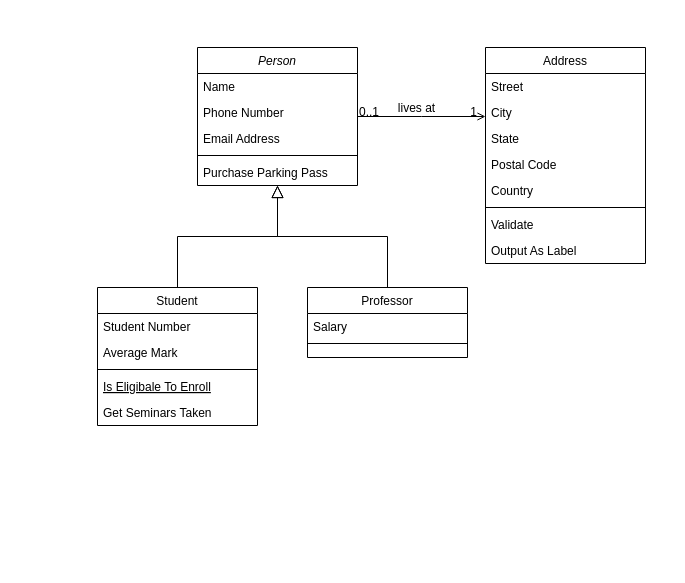
The draw.io diagram DIAGRAMS/Class Diagram Project 2.drawio in fabnight/Oc_projet2, before the edit. Source tidied: cells renumbered, new cells numbered last; positions are measured from the earlier drawing's top-left corner, leaving out a move shared by most shapes. Both pictures are drawn from the tidied source at 100%, with x=0, y=0 at pixel (97, 47).
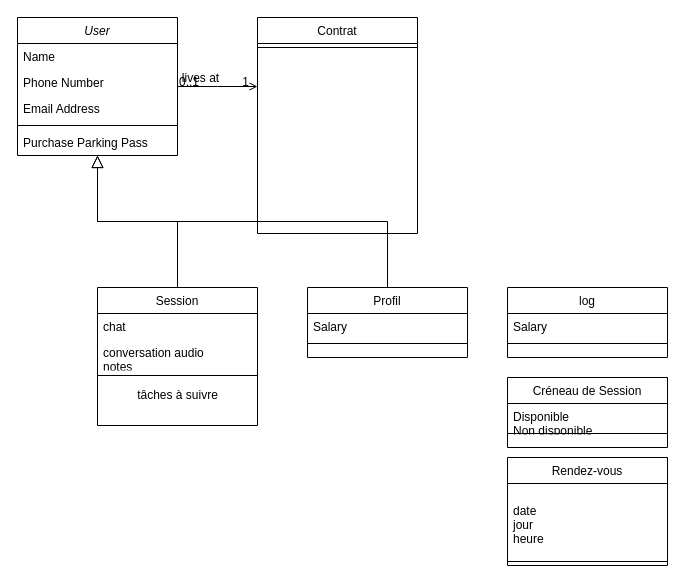
The same diagram, later.

What changed in the source:
```diff
@@
-    <mxCell id="2" value="Person" style="swimlane;fontStyle=2;align=center;verticalAlign=top;horizontal=1;startSize=26;rounded=0;shadow=0;strokeWidth=1;" parent="1" vertex="1">
-      <mxGeometry x="100" width="160" height="138" as="geometry" />
+    <mxCell id="2" value="User" style="swimlane;fontStyle=2;align=center;verticalAlign=top;horizontal=1;startSize=26;rounded=0;shadow=0;strokeWidth=1;" parent="1" vertex="1">
+      <mxGeometry x="-80" y="-30" width="160" height="138" as="geometry" />
     </mxCell>
@@
-    <mxCell id="8" value="Student" style="swimlane;fontStyle=0;align=center;verticalAlign=top;horizontal=1;startSize=26;rounded=0;shadow=0;strokeWidth=1;" parent="1" vertex="1">
+    <mxCell id="8" value="Session" style="swimlane;fontStyle=0;align=center;verticalAlign=top;horizontal=1;startSize=26;rounded=0;shadow=0;strokeWidth=1;" parent="1" vertex="1">
       <mxGeometry y="240" width="160" height="138" as="geometry" />
     </mxCell>
-    <mxCell id="9" value="Student Number" style="text;align=left;verticalAlign=top;spacingLeft=4;spacingRight=4;overflow=hidden;" parent="8" vertex="1">
+    <mxCell id="9" value="chat" style="text;align=left;verticalAlign=top;spacingLeft=4;spacingRight=4;overflow=hidden;" parent="8" vertex="1">
       <mxGeometry y="26" width="160" height="26" as="geometry" />
     </mxCell>
-    <mxCell id="10" value="Average Mark" style="text;align=left;verticalAlign=top;spacingLeft=4;spacingRight=4;overflow=hidden;rounded=0;shadow=0;html=0;" parent="8" vertex="1">
+    <mxCell id="10" value="conversation audio&#10;notes" style="text;align=left;verticalAlign=top;spacingLeft=4;spacingRight=4;overflow=hidden;rounded=0;shadow=0;html=0;" parent="8" vertex="1">
       <mxGeometry y="52" width="160" height="26" as="geometry" />
     </mxCell>
     <mxCell id="11" style="line;html=1;strokeWidth=1;align=left;verticalAlign=middle;spacingTop=-1;spacingLeft=3;spacingRight=3;labelPosition=right;" parent="8" vertex="1">
-      <mxGeometry y="78" width="160" height="8" as="geometry" />
+      <mxGeometry y="78" width="160" height="20" as="geometry" />
     </mxCell>
-    <mxCell id="12" value="Is Eligibale To Enroll" style="text;align=left;verticalAlign=top;spacingLeft=4;spacingRight=4;overflow=hidden;fontStyle=4;" parent="8" vertex="1">
-      <mxGeometry y="86" width="160" height="26" as="geometry" />
-    </mxCell>
-    <mxCell id="13" value="Get Seminars Taken" style="text;align=left;verticalAlign=top;spacingLeft=4;spacingRight=4;overflow=hidden;" parent="8" vertex="1">
-      <mxGeometry y="112" width="160" height="26" as="geometry" />
-    </mxCell>
+    <mxCell id="32" value="tâches à suivre" style="text;html=1;align=center;verticalAlign=middle;" parent="8" vertex="1">
+      <mxGeometry y="98" width="160" height="20" as="geometry" />
+    </mxCell>
@@
-    <mxCell id="15" value="Professor" style="swimlane;fontStyle=0;align=center;verticalAlign=top;horizontal=1;startSize=26;rounded=0;shadow=0;strokeWidth=1;" parent="1" vertex="1">
+    <mxCell id="15" value="Profil" style="swimlane;fontStyle=0;align=center;verticalAlign=top;horizontal=1;startSize=26;rounded=0;shadow=0;strokeWidth=1;" parent="1" vertex="1">
       <mxGeometry x="210" y="240" width="160" height="70" as="geometry" />
     </mxCell>
@@
-    <mxCell id="19" value="Address" style="swimlane;fontStyle=0;align=center;verticalAlign=top;horizontal=1;startSize=26;rounded=0;shadow=0;strokeWidth=1;" parent="1" vertex="1">
-      <mxGeometry x="388" width="160" height="216" as="geometry" />
+    <mxCell id="19" value="Contrat" style="swimlane;fontStyle=0;align=center;verticalAlign=top;horizontal=1;startSize=26;rounded=0;shadow=0;strokeWidth=1;" parent="1" vertex="1">
+      <mxGeometry x="160" y="-30" width="160" height="216" as="geometry" />
     </mxCell>
-    <mxCell id="20" value="Street" style="text;align=left;verticalAlign=top;spacingLeft=4;spacingRight=4;overflow=hidden;" parent="19" vertex="1">
-      <mxGeometry y="26" width="160" height="26" as="geometry" />
-    </mxCell>
-    <mxCell id="21" value="City" style="text;align=left;verticalAlign=top;spacingLeft=4;spacingRight=4;overflow=hidden;rounded=0;shadow=0;html=0;" parent="19" vertex="1">
-      <mxGeometry y="52" width="160" height="26" as="geometry" />
-    </mxCell>
-    <mxCell id="22" value="State" style="text;align=left;verticalAlign=top;spacingLeft=4;spacingRight=4;overflow=hidden;rounded=0;shadow=0;html=0;" parent="19" vertex="1">
-      <mxGeometry y="78" width="160" height="26" as="geometry" />
-    </mxCell>
-    <mxCell id="23" value="Postal Code" style="text;align=left;verticalAlign=top;spacingLeft=4;spacingRight=4;overflow=hidden;rounded=0;shadow=0;html=0;" parent="19" vertex="1">
-      <mxGeometry y="104" width="160" height="26" as="geometry" />
-    </mxCell>
-    <mxCell id="24" value="Country" style="text;align=left;verticalAlign=top;spacingLeft=4;spacingRight=4;overflow=hidden;rounded=0;shadow=0;html=0;" parent="19" vertex="1">
-      <mxGeometry y="130" width="160" height="26" as="geometry" />
-    </mxCell>
     <mxCell id="25" style="line;html=1;strokeWidth=1;align=left;verticalAlign=middle;spacingTop=-1;spacingLeft=3;spacingRight=3;labelPosition=right;" parent="19" vertex="1">
-      <mxGeometry y="156" width="160" height="8" as="geometry" />
+      <mxGeometry y="26" width="160" height="8" as="geometry" />
     </mxCell>
-    <mxCell id="26" value="Validate" style="text;align=left;verticalAlign=top;spacingLeft=4;spacingRight=4;overflow=hidden;" parent="19" vertex="1">
-      <mxGeometry y="164" width="160" height="26" as="geometry" />
-    </mxCell>
-    <mxCell id="27" value="Output As Label" style="text;align=left;verticalAlign=top;spacingLeft=4;spacingRight=4;overflow=hidden;" parent="19" vertex="1">
-      <mxGeometry y="190" width="160" height="26" as="geometry" />
-    </mxCell>
@@
+    <mxCell id="33" value="log" style="swimlane;fontStyle=0;align=center;verticalAlign=top;horizontal=1;startSize=26;rounded=0;shadow=0;strokeWidth=1;" parent="1" vertex="1">
+      <mxGeometry x="410" y="240" width="160" height="70" as="geometry" />
+    </mxCell>
+    <mxCell id="34" value="Salary" style="text;align=left;verticalAlign=top;spacingLeft=4;spacingRight=4;overflow=hidden;" parent="33" vertex="1">
+      <mxGeometry y="26" width="160" height="26" as="geometry" />
+    </mxCell>
+    <mxCell id="35" style="line;html=1;strokeWidth=1;align=left;verticalAlign=middle;spacingTop=-1;spacingLeft=3;spacingRight=3;labelPosition=right;" parent="33" vertex="1">
+      <mxGeometry y="52" width="160" height="8" as="geometry" />
+    </mxCell>
+    <mxCell id="36" value="Créneau de Session" style="swimlane;fontStyle=0;align=center;verticalAlign=top;horizontal=1;startSize=26;rounded=0;shadow=0;strokeWidth=1;" parent="1" vertex="1">
+      <mxGeometry x="410" y="330" width="160" height="70" as="geometry" />
+    </mxCell>
+    <mxCell id="37" value="Disponible&#10;Non disponible" style="text;align=left;verticalAlign=top;spacingLeft=4;spacingRight=4;overflow=hidden;" parent="36" vertex="1">
+      <mxGeometry y="26" width="160" height="26" as="geometry" />
+    </mxCell>
+    <mxCell id="38" style="line;html=1;strokeWidth=1;align=left;verticalAlign=middle;spacingTop=-1;spacingLeft=3;spacingRight=3;labelPosition=right;" parent="36" vertex="1">
+      <mxGeometry y="52" width="160" height="8" as="geometry" />
+    </mxCell>
+    <mxCell id="39" value="Rendez-vous" style="swimlane;fontStyle=0;align=center;verticalAlign=top;horizontal=1;startSize=26;rounded=0;shadow=0;strokeWidth=1;" parent="1" vertex="1">
+      <mxGeometry x="410" y="410" width="160" height="108" as="geometry" />
+    </mxCell>
+    <mxCell id="40" value="&#10;date&#10;jour&#10;heure" style="text;align=left;verticalAlign=top;spacingLeft=4;spacingRight=4;overflow=hidden;" parent="39" vertex="1">
+      <mxGeometry y="26" width="160" height="74" as="geometry" />
+    </mxCell>
+    <mxCell id="41" style="line;html=1;strokeWidth=1;align=left;verticalAlign=middle;spacingTop=-1;spacingLeft=3;spacingRight=3;labelPosition=right;" parent="39" vertex="1">
+      <mxGeometry y="100" width="160" height="8" as="geometry" />
+    </mxCell>
```
